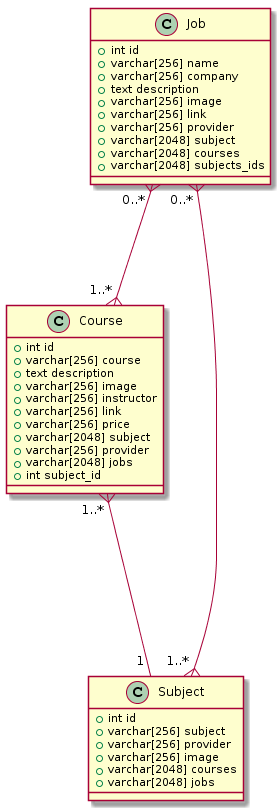
Before: images/project2UML.png, a diagram exported from PlantUML (JeffJiang42/idb).
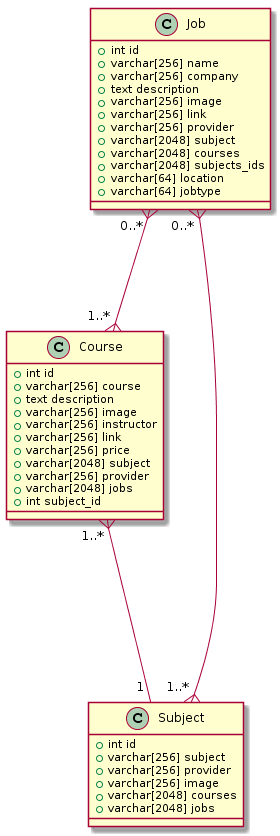
After the change.

The edit, as a diff of the source:
```diff
@@ -14,6 +14,8 @@
     + varchar[2048] subject
     + varchar[2048] courses
     + varchar[2048] subjects_ids
+    + varchar[64] location
+    + varchar[64] jobtype
     }
 
 class Subject {
```
